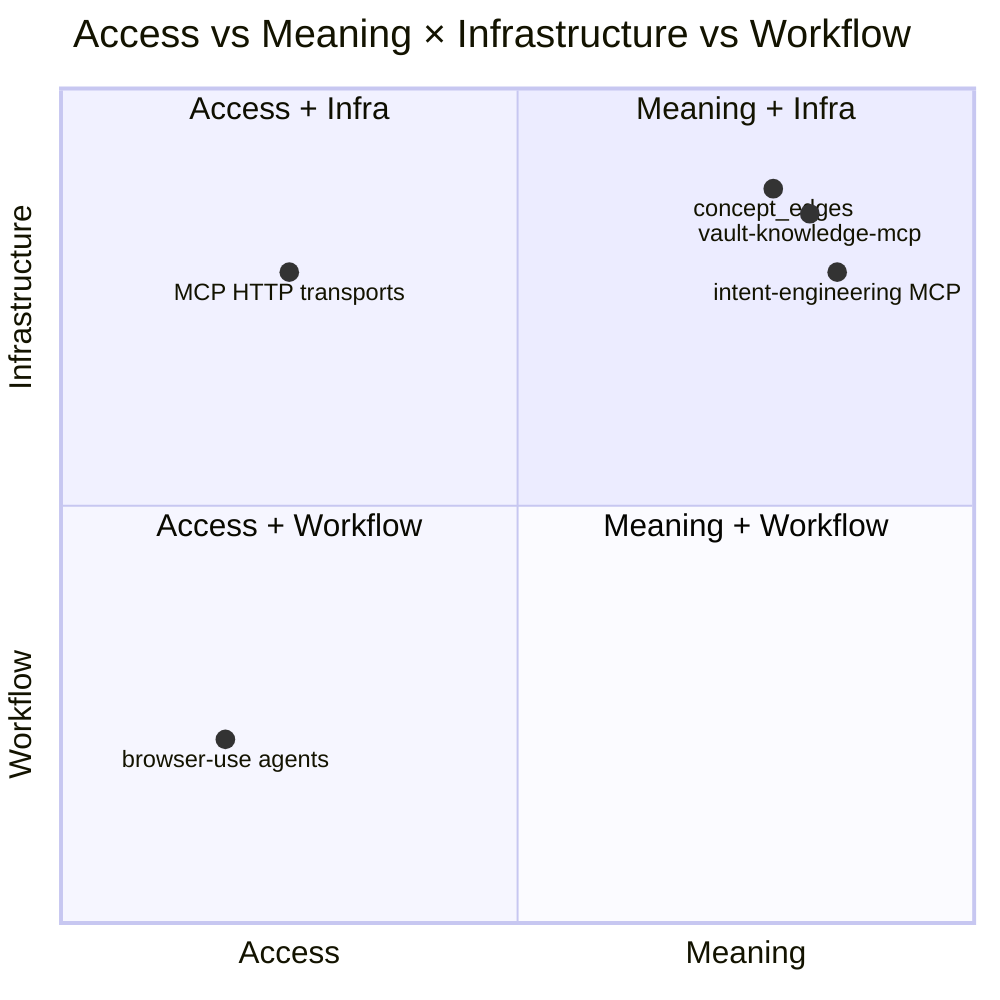
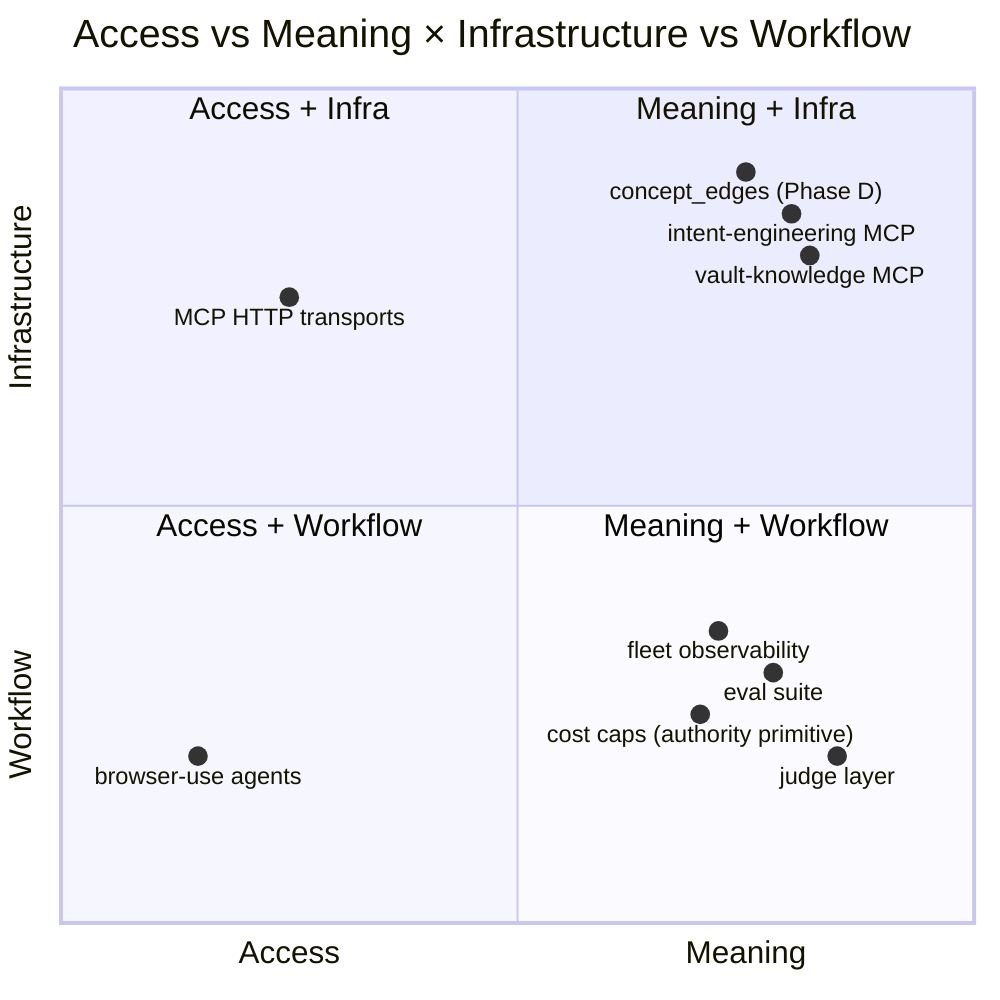
quadrantChart
    title Access vs Meaning × Infrastructure vs Workflow
    x-axis "Access" --> "Meaning"
    y-axis "Workflow" --> "Infrastructure"
-     quadrant-1 Meaning + Infra
-     quadrant-2 Access + Infra
-     quadrant-3 Access + Workflow
-     quadrant-4 Meaning + Workflow
-     "intent-engineering MCP": [0.85, 0.78]
-     "vault-knowledge-mcp": [0.82, 0.85]
-     "concept_edges": [0.78, 0.88]
-     "browser-use agents": [0.18, 0.22]
-     "MCP HTTP transports": [0.25, 0.78]
+     quadrant-1 "Meaning + Infra"
+     quadrant-2 "Access + Infra"
+     quadrant-3 "Access + Workflow"
+     quadrant-4 "Meaning + Workflow"
+     "intent-engineering MCP": [0.80, 0.85]
+     "vault-knowledge MCP": [0.82, 0.80]
+     "concept_edges (Phase D)": [0.75, 0.90]
+     "eval suite": [0.78, 0.30]
+     "cost caps (authority primitive)": [0.70, 0.25]
+     "judge layer": [0.85, 0.20]
+     "fleet observability": [0.72, 0.35]
+     "browser-use agents": [0.15, 0.20]
+     "MCP HTTP transports": [0.25, 0.75]
